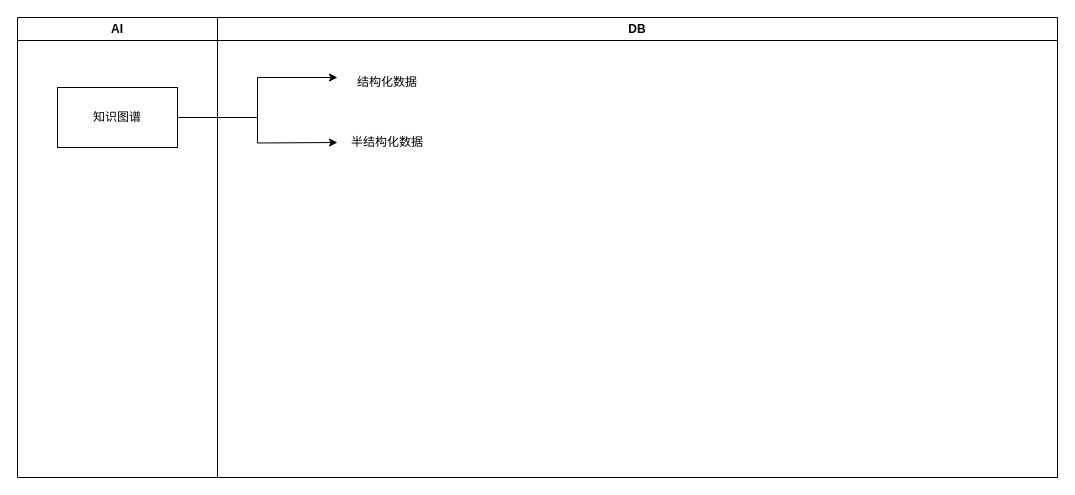
Haosen-Wang/rgznxdff keeps this draw.io diagram as 研究背景.drawio. Above is the earlier version. Source tidied: cells renumbered, new cells numbered last; positions are measured from the earlier drawing's top-left corner, leaving out a move shared by most shapes. Both pictures are drawn from the tidied source at 100%, with x=0, y=0 at pixel (17, 17).
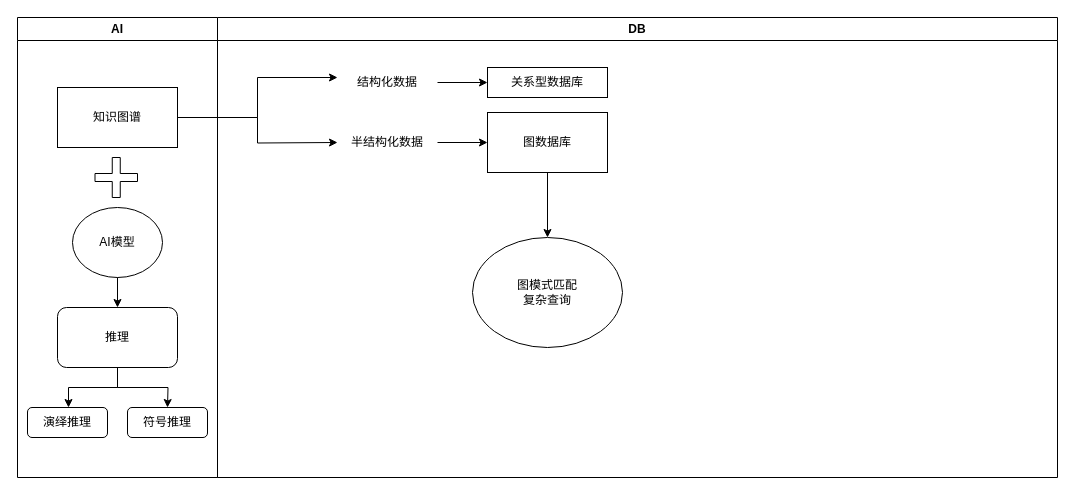
After the change.

Commit message (it also covers changes not shown here):
更新研究背景.drawio

Unchanged cells that the change refers to:
```xml
<mxCell id="2" value="AI" style="swimlane;whiteSpace=wrap;html=1;" parent="1" vertex="1">
  <mxGeometry width="200" height="460" as="geometry" />
</mxCell>
<mxCell id="4" value="DB" style="swimlane;whiteSpace=wrap;html=1;" parent="1" vertex="1">
  <mxGeometry x="200" width="840" height="460" as="geometry" />
</mxCell>
<mxCell id="5" value="结构化数据" style="text;html=1;align=center;verticalAlign=middle;whiteSpace=wrap;rounded=0;" parent="4" vertex="1">
  <mxGeometry x="120" y="50" width="100" height="30" as="geometry" />
</mxCell>
<mxCell id="6" value="半结构化数据" style="text;html=1;align=center;verticalAlign=middle;whiteSpace=wrap;rounded=0;" parent="4" vertex="1">
  <mxGeometry x="120" y="110" width="100" height="30" as="geometry" />
</mxCell>
```

Change to the diagram source:
```diff
@@
+    <mxCell id="9" value="AI模型" style="ellipse;whiteSpace=wrap;html=1;" parent="2" vertex="1">
+      <mxGeometry x="55" y="190" width="90" height="70" as="geometry" />
+    </mxCell>
+    <mxCell id="10" style="shape=cross;whiteSpace=wrap;html=1;" parent="2" vertex="1">
+      <mxGeometry x="77.5" y="140" width="42.5" height="40" as="geometry" />
+    </mxCell>
+    <mxCell id="11" style="edgeStyle=orthogonalEdgeStyle;rounded=0;jettySize=auto;html=1;" parent="2" edge="1" source="12">
+      <mxGeometry relative="1" as="geometry">
+        <mxPoint x="150" y="390" as="targetPoint" />
+      </mxGeometry>
+    </mxCell>
+    <mxCell id="12" value="推理" style="rounded=1;whiteSpace=wrap;html=1;" parent="2" vertex="1">
+      <mxGeometry x="40" y="290" width="120" height="60" as="geometry" />
+    </mxCell>
+    <mxCell id="13" style="edgeStyle=orthogonalEdgeStyle;rounded=0;jettySize=auto;html=1;" parent="2" edge="1" source="9" target="12">
+      <mxGeometry relative="1" as="geometry" />
+    </mxCell>
+    <mxCell id="14" value="演绎推理" style="rounded=1;whiteSpace=wrap;html=1;" parent="2" vertex="1">
+      <mxGeometry x="10" y="390" width="80" height="30" as="geometry" />
+    </mxCell>
+    <mxCell id="15" style="edgeStyle=orthogonalEdgeStyle;rounded=0;jettySize=auto;html=1;" parent="2" edge="1" source="12" target="14">
+      <mxGeometry relative="1" as="geometry">
+        <Array as="points">
+          <mxPoint x="100" y="370" />
+          <mxPoint x="51" y="370" />
+        </Array>
+      </mxGeometry>
+    </mxCell>
+    <mxCell id="16" value="符号推理" style="rounded=1;whiteSpace=wrap;html=1;" parent="2" vertex="1">
+      <mxGeometry x="110" y="390" width="80" height="30" as="geometry" />
+    </mxCell>
@@
+    <mxCell id="17" style="edgeStyle=orthogonalEdgeStyle;rounded=0;jettySize=auto;html=1;entryX=0;entryY=0.5;entryDx=0;entryDy=0;" parent="4" edge="1" source="5" target="19">
+      <mxGeometry relative="1" as="geometry" />
+    </mxCell>
@@
+    <mxCell id="18" style="edgeStyle=orthogonalEdgeStyle;rounded=0;jettySize=auto;html=1;entryX=0;entryY=0.5;entryDx=0;entryDy=0;" parent="4" edge="1" source="6" target="21">
+      <mxGeometry relative="1" as="geometry" />
+    </mxCell>
@@
+    <mxCell id="19" value="关系型数据库" style="rounded=0;whiteSpace=wrap;html=1;" parent="4" vertex="1">
+      <mxGeometry x="270" y="50" width="120" height="30" as="geometry" />
+    </mxCell>
+    <mxCell id="20" style="edgeStyle=orthogonalEdgeStyle;rounded=0;jettySize=auto;html=1;exitX=0.5;exitY=1;exitDx=0;exitDy=0;entryX=0.5;entryY=0;entryDx=0;entryDy=0;" parent="4" edge="1" source="21" target="22">
+      <mxGeometry relative="1" as="geometry" />
+    </mxCell>
+    <mxCell id="21" value="图数据库" style="rounded=0;whiteSpace=wrap;html=1;" parent="4" vertex="1">
+      <mxGeometry x="270" y="95" width="120" height="60" as="geometry" />
+    </mxCell>
+    <mxCell id="22" value="图模式匹配&lt;div&gt;复杂查询&lt;/div&gt;" style="ellipse;whiteSpace=wrap;html=1;" parent="4" vertex="1">
+      <mxGeometry x="255" y="220" width="150" height="110" as="geometry" />
+    </mxCell>
```
